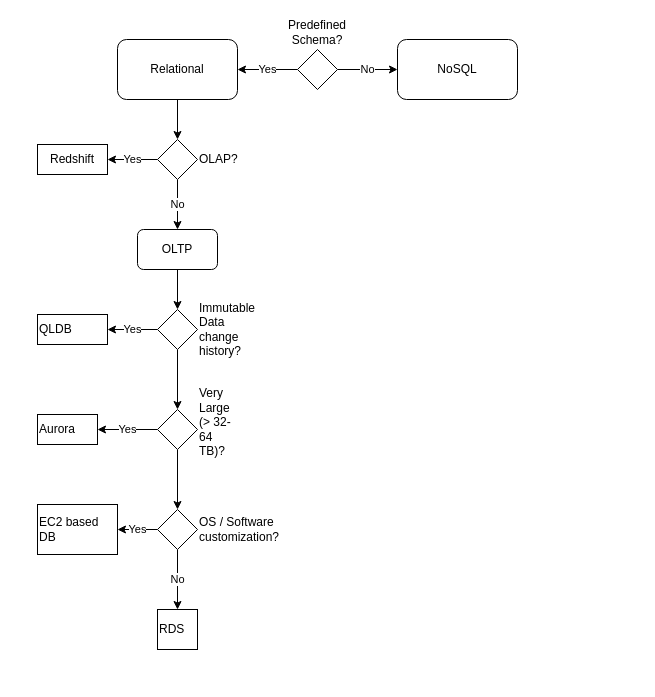
The draw.io diagram diagrams/AWS_DB_decision_tree.drawio in bulat-andrey/diagrams, before the edit. Source tidied: cells renumbered, new cells numbered last; positions are measured from the earlier drawing's top-left corner, leaving out a move shared by most shapes. Both pictures are drawn from the tidied source at 100%, with x=0, y=0 at pixel (37, 39).
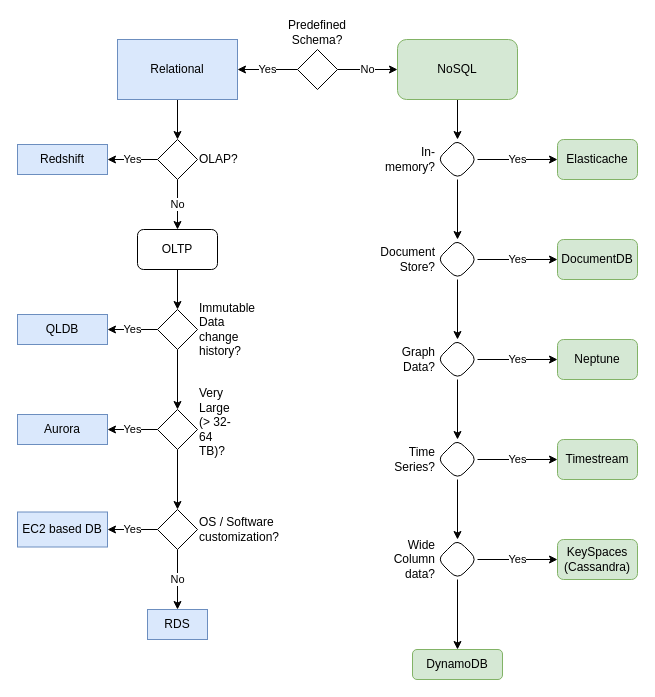
The same diagram, later.

The edit, as a diff of the source:
```diff
@@
-    <mxCell id="6" value="Relational" style="rounded=1;whiteSpace=wrap;html=1;" parent="1" vertex="1">
+    <mxCell id="6" value="Relational" style="rounded=0;whiteSpace=wrap;html=1;fillColor=#dae8fc;strokeColor=#6c8ebf;" parent="1" vertex="1">
       <mxGeometry x="80" width="120" height="60" as="geometry" />
     </mxCell>
+    <mxCell id="27" style="edgeStyle=orthogonalEdgeStyle;rounded=0;jettySize=auto;html=1;" parent="1" edge="1" source="7" target="30">
+      <mxGeometry relative="1" as="geometry" />
+    </mxCell>
-    <mxCell id="7" value="NoSQL" style="rounded=1;whiteSpace=wrap;html=1;" parent="1" vertex="1">
+    <mxCell id="7" value="NoSQL" style="rounded=1;whiteSpace=wrap;html=1;fillColor=#d5e8d4;strokeColor=#82b366;" parent="1" vertex="1">
       <mxGeometry x="360" width="120" height="60" as="geometry" />
     </mxCell>
@@
-    <mxCell id="11" value="Redshift" style="rounded=0;whiteSpace=wrap;html=1;" parent="1" vertex="1">
-      <mxGeometry y="105" width="70" height="30" as="geometry" />
+    <mxCell id="11" value="Redshift" style="rounded=0;whiteSpace=wrap;html=1;fillColor=#dae8fc;strokeColor=#6c8ebf;" parent="1" vertex="1">
+      <mxGeometry x="-20" y="105" width="90" height="30" as="geometry" />
     </mxCell>
@@
-    <mxCell id="17" value="QLDB" style="whiteSpace=wrap;html=1;align=left;" parent="1" vertex="1">
-      <mxGeometry y="275" width="70" height="30" as="geometry" />
+    <mxCell id="17" value="QLDB" style="whiteSpace=wrap;html=1;align=center;fillColor=#dae8fc;strokeColor=#6c8ebf;" parent="1" vertex="1">
+      <mxGeometry x="-20" y="275" width="90" height="30" as="geometry" />
     </mxCell>
@@
-    <mxCell id="21" value="Aurora" style="whiteSpace=wrap;html=1;align=left;" parent="1" vertex="1">
-      <mxGeometry y="375" width="60" height="30" as="geometry" />
+    <mxCell id="21" value="Aurora" style="whiteSpace=wrap;html=1;align=center;fillColor=#dae8fc;strokeColor=#6c8ebf;" parent="1" vertex="1">
+      <mxGeometry x="-20" y="375" width="90" height="30" as="geometry" />
     </mxCell>
@@
-    <mxCell id="25" value="EC2 based DB" style="whiteSpace=wrap;html=1;align=left;" parent="1" vertex="1">
-      <mxGeometry y="465" width="80" height="50" as="geometry" />
+    <mxCell id="25" value="EC2 based DB" style="whiteSpace=wrap;html=1;align=center;fillColor=#dae8fc;strokeColor=#6c8ebf;" parent="1" vertex="1">
+      <mxGeometry x="-20" y="472.5" width="90" height="35" as="geometry" />
     </mxCell>
-    <mxCell id="26" value="RDS" style="whiteSpace=wrap;html=1;align=left;" parent="1" vertex="1">
-      <mxGeometry x="120" y="570" width="40" height="40" as="geometry" />
+    <mxCell id="26" value="RDS" style="whiteSpace=wrap;html=1;align=center;fillColor=#dae8fc;strokeColor=#6c8ebf;" parent="1" vertex="1">
+      <mxGeometry x="110" y="570" width="60" height="30" as="geometry" />
     </mxCell>
+    <mxCell id="28" value="Yes" style="edgeStyle=orthogonalEdgeStyle;rounded=0;jettySize=auto;html=1;" parent="1" edge="1" source="30" target="31">
+      <mxGeometry relative="1" as="geometry" />
+    </mxCell>
+    <mxCell id="29" style="edgeStyle=orthogonalEdgeStyle;rounded=0;jettySize=auto;html=1;entryX=0.5;entryY=0;entryDx=0;entryDy=0;" parent="1" edge="1" source="30" target="34">
+      <mxGeometry relative="1" as="geometry" />
+    </mxCell>
+    <mxCell id="30" value="In-memory?" style="rhombus;whiteSpace=wrap;html=1;rounded=1;labelPosition=left;verticalLabelPosition=middle;align=right;verticalAlign=middle;" parent="1" vertex="1">
+      <mxGeometry x="400" y="100" width="40" height="40" as="geometry" />
+    </mxCell>
+    <mxCell id="31" value="Elasticache" style="whiteSpace=wrap;html=1;align=center;rounded=1;fillColor=#d5e8d4;strokeColor=#82b366;" parent="1" vertex="1">
+      <mxGeometry x="520" y="100" width="80" height="40" as="geometry" />
+    </mxCell>
+    <mxCell id="32" value="Yes" style="edgeStyle=orthogonalEdgeStyle;rounded=0;jettySize=auto;html=1;" parent="1" edge="1" source="34" target="35">
+      <mxGeometry relative="1" as="geometry" />
+    </mxCell>
+    <mxCell id="33" style="edgeStyle=orthogonalEdgeStyle;rounded=0;jettySize=auto;html=1;entryX=0.5;entryY=0;entryDx=0;entryDy=0;" parent="1" edge="1" source="34" target="38">
+      <mxGeometry relative="1" as="geometry" />
+    </mxCell>
+    <mxCell id="34" value="Document Store?" style="rhombus;whiteSpace=wrap;html=1;rounded=1;labelPosition=left;verticalLabelPosition=middle;align=right;verticalAlign=middle;" parent="1" vertex="1">
+      <mxGeometry x="400" y="200" width="40" height="40" as="geometry" />
+    </mxCell>
+    <mxCell id="35" value="DocumentDB" style="whiteSpace=wrap;html=1;align=center;rounded=1;fillColor=#d5e8d4;strokeColor=#82b366;" parent="1" vertex="1">
+      <mxGeometry x="520" y="200" width="80" height="40" as="geometry" />
+    </mxCell>
+    <mxCell id="36" value="Yes" style="edgeStyle=orthogonalEdgeStyle;rounded=0;jettySize=auto;html=1;" parent="1" edge="1" source="38" target="39">
+      <mxGeometry relative="1" as="geometry" />
+    </mxCell>
+    <mxCell id="37" style="edgeStyle=orthogonalEdgeStyle;rounded=0;jettySize=auto;html=1;" parent="1" edge="1" source="38" target="42">
+      <mxGeometry relative="1" as="geometry" />
+    </mxCell>
+    <mxCell id="38" value="Graph Data?" style="rhombus;whiteSpace=wrap;html=1;rounded=1;labelPosition=left;verticalLabelPosition=middle;align=right;verticalAlign=middle;" parent="1" vertex="1">
+      <mxGeometry x="400" y="300" width="40" height="40" as="geometry" />
+    </mxCell>
+    <mxCell id="39" value="&lt;div align=&quot;center&quot;&gt;Neptune&lt;/div&gt;" style="whiteSpace=wrap;html=1;align=center;rounded=1;fillColor=#d5e8d4;strokeColor=#82b366;" parent="1" vertex="1">
+      <mxGeometry x="520" y="300" width="80" height="40" as="geometry" />
+    </mxCell>
+    <mxCell id="40" value="Yes" style="edgeStyle=orthogonalEdgeStyle;rounded=0;jettySize=auto;html=1;" parent="1" edge="1" source="42" target="43">
+      <mxGeometry relative="1" as="geometry" />
+    </mxCell>
+    <mxCell id="41" style="edgeStyle=orthogonalEdgeStyle;rounded=0;jettySize=auto;html=1;entryX=0.5;entryY=0;entryDx=0;entryDy=0;" parent="1" edge="1" source="42" target="46">
+      <mxGeometry relative="1" as="geometry" />
+    </mxCell>
+    <mxCell id="42" value="Time Series?" style="rhombus;whiteSpace=wrap;html=1;rounded=1;labelPosition=left;verticalLabelPosition=middle;align=right;verticalAlign=middle;" parent="1" vertex="1">
+      <mxGeometry x="400" y="400" width="40" height="40" as="geometry" />
+    </mxCell>
+    <mxCell id="43" value="Timestream" style="whiteSpace=wrap;html=1;align=center;rounded=1;fillColor=#d5e8d4;strokeColor=#82b366;" parent="1" vertex="1">
+      <mxGeometry x="520" y="400" width="80" height="40" as="geometry" />
+    </mxCell>
+    <mxCell id="44" value="Yes" style="edgeStyle=orthogonalEdgeStyle;rounded=0;jettySize=auto;html=1;" parent="1" edge="1" source="46" target="47">
+      <mxGeometry relative="1" as="geometry" />
+    </mxCell>
+    <mxCell id="45" style="edgeStyle=orthogonalEdgeStyle;rounded=0;jettySize=auto;html=1;" parent="1" edge="1" source="46" target="48">
+      <mxGeometry relative="1" as="geometry" />
+    </mxCell>
+    <mxCell id="46" value="Wide Column data?" style="rhombus;whiteSpace=wrap;html=1;rounded=1;labelPosition=left;verticalLabelPosition=middle;align=right;verticalAlign=middle;" parent="1" vertex="1">
+      <mxGeometry x="400" y="500" width="40" height="40" as="geometry" />
+    </mxCell>
+    <mxCell id="47" value="KeySpaces (Cassandra)" style="whiteSpace=wrap;html=1;align=center;rounded=1;fillColor=#d5e8d4;strokeColor=#82b366;" parent="1" vertex="1">
+      <mxGeometry x="520" y="500" width="80" height="40" as="geometry" />
+    </mxCell>
+    <mxCell id="48" value="DynamoDB" style="whiteSpace=wrap;html=1;align=center;rounded=1;fillColor=#d5e8d4;strokeColor=#82b366;" parent="1" vertex="1">
+      <mxGeometry x="375" y="610" width="90" height="30" as="geometry" />
+    </mxCell>
```
